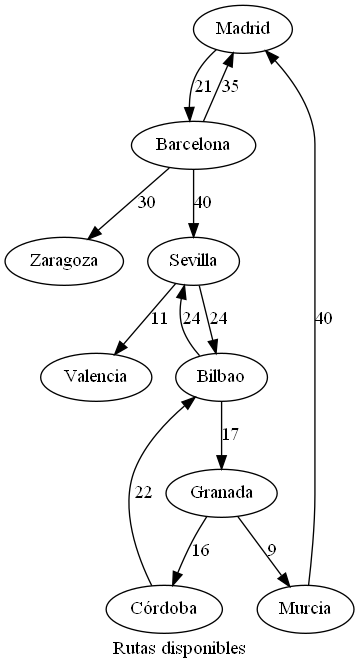
Earlier version of the Graphviz export imagenes/RutasDeVuelo.png (MarvinCastellanos/201700490_EDD_Proyecto). Its source is kept beside it as dot/RutasDeVuelo.dot.
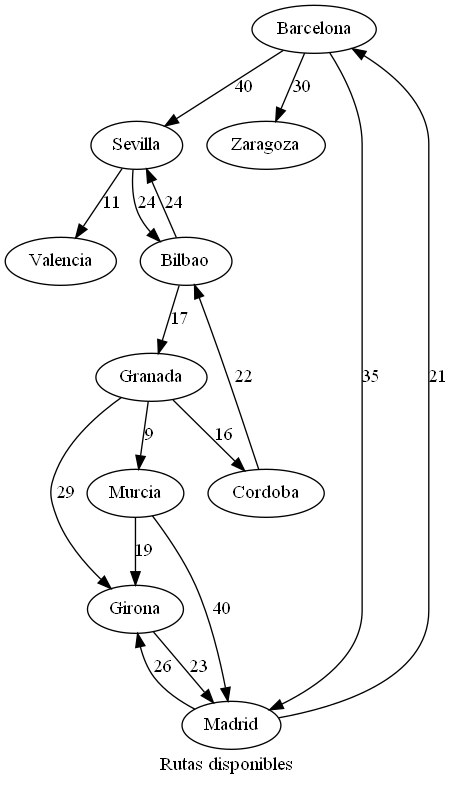
After the commit.

What changed in the source:
```diff
@@ -1,15 +1,19 @@
 digraph GrafoDirigido {
   label="Rutas disponibles";
-  Madrid -> Barcelona [label="21"];
   Barcelona -> Sevilla [label="40"];
   Barcelona -> Zaragoza [label="30"];
   Barcelona -> Madrid [label="35"];
+  Girona -> Madrid [label="23"];
+  Madrid -> Barcelona [label="21"];
+  Madrid -> Girona [label="26"];
   Sevilla -> Bilbao [label="24"];
   Sevilla -> Valencia [label="11"];
   Bilbao -> Sevilla [label="24"];
   Bilbao -> Granada [label="17"];
-  Granada -> Córdoba [label="16"];
+  Granada -> Girona [label="29"];
+  Granada -> Cordoba [label="16"];
   Granada -> Murcia [label="9"];
-  Córdoba -> Bilbao [label="22"];
   Murcia -> Madrid [label="40"];
+  Murcia -> Girona [label="19"];
+  Cordoba -> Bilbao [label="22"];
 }
```
